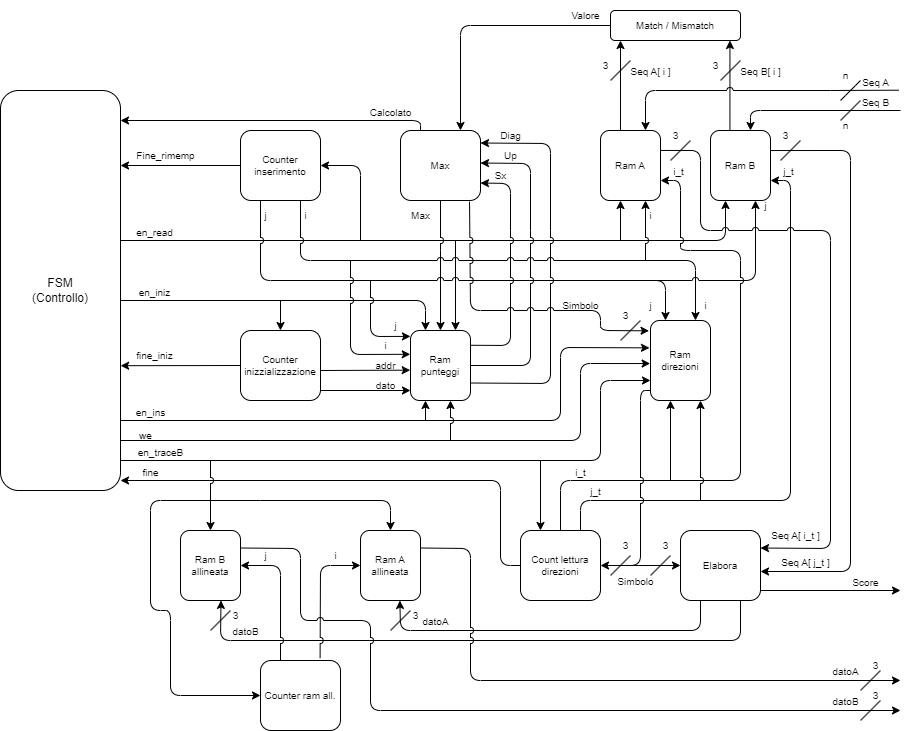
Before: DatapathSchematic.drawio.png, a diagram exported from draw.io (Dani-Picciau/NW_algorithm). Source tidied: cells renumbered, new cells last; positions are measured from the earlier drawing's top-left corner, leaving out a move shared by most shapes.
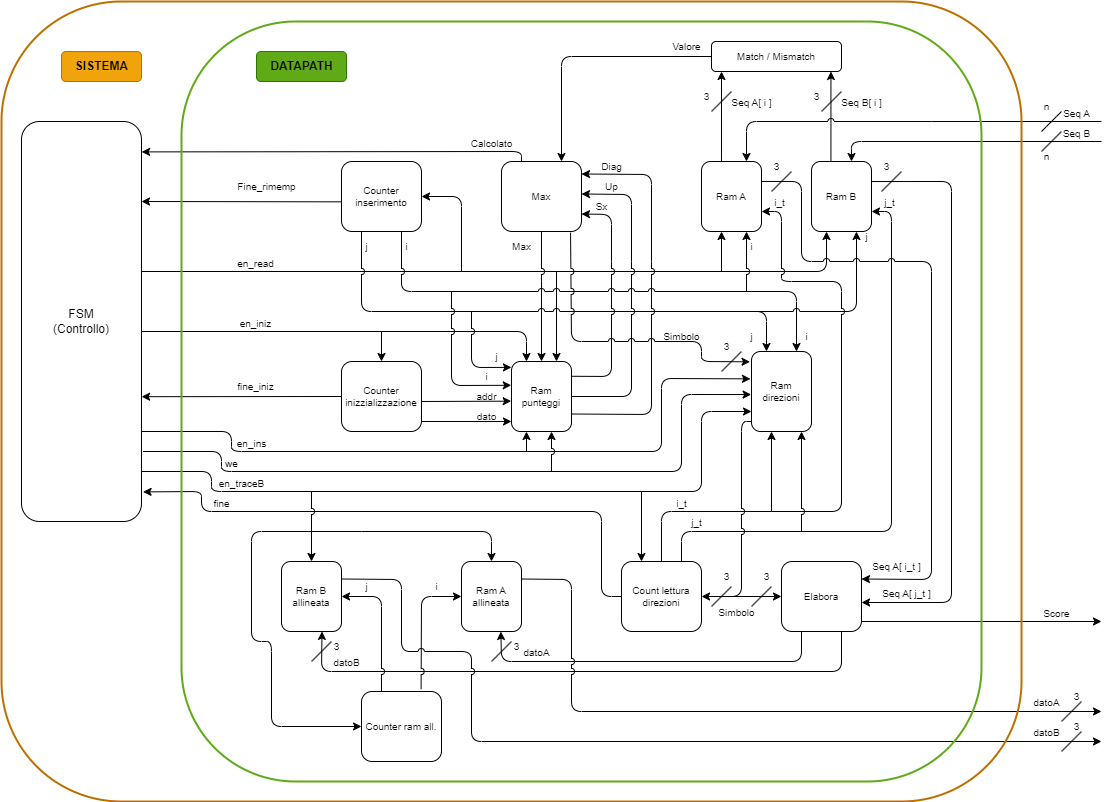
Later version of the same file.

Commit message:
Aggiornamento disegno datapath + Scrittura della fsm

Change to the diagram source:
```diff
@@ -2,11 +2,6 @@
   <root>
     <mxCell id="0" />
     <mxCell id="1" parent="0" />
-    <mxCell id="2" style="edgeStyle=none;html=1;fontSize=10;strokeWidth=1;" parent="1" edge="1" source="3">
-      <mxGeometry relative="1" as="geometry">
-        <mxPoint x="120" y="165" as="targetPoint" />
-      </mxGeometry>
-    </mxCell>
     <mxCell id="3" value="&lt;font style=&quot;font-size: 10px;&quot;&gt;Counter inserimento&lt;/font&gt;" style="rounded=1;whiteSpace=wrap;html=1;strokeWidth=1;fontSize=10;" parent="1" vertex="1">
       <mxGeometry x="240" y="130" width="80" height="70" as="geometry" />
     </mxCell>
@@ -29,14 +24,14 @@
       <mxGeometry x="560" width="50" height="30" as="geometry" />
     </mxCell>
     <mxCell id="10" value="Seq A" style="text;html=1;align=center;verticalAlign=top;strokeColor=none;fillColor=none;fontSize=10;rounded=1;" parent="1" vertex="1">
-      <mxGeometry x="850" y="70" width="50" height="30" as="geometry" />
+      <mxGeometry x="950" y="70" width="50" height="30" as="geometry" />
     </mxCell>
     <mxCell id="11" value="Seq B" style="text;html=1;align=center;verticalAlign=top;points=[];strokeColor=none;fillColor=none;fontSize=10;rounded=1;" parent="1" vertex="1">
-      <mxGeometry x="850" y="90" width="50" height="30" as="geometry" />
+      <mxGeometry x="950" y="90" width="50" height="30" as="geometry" />
     </mxCell>
     <mxCell id="12" style="endArrow=classic;html=1;strokeWidth=1;fontSize=10;entryX=0.667;entryY=0;entryDx=0;entryDy=0;entryPerimeter=0;" parent="1" edge="1" target="7">
       <mxGeometry relative="1" as="geometry">
-        <mxPoint x="900" y="110" as="sourcePoint" />
+        <mxPoint x="1000" y="110" as="sourcePoint" />
         <Array as="points">
           <mxPoint x="750" y="110" />
         </Array>
@@ -60,10 +55,10 @@
       <mxGeometry x="700" y="50" width="30" height="30" as="geometry" />
     </mxCell>
     <mxCell id="18" value="n" style="text;html=1;align=center;verticalAlign=middle;strokeColor=none;fillColor=none;fontSize=10;rounded=1;" parent="1" vertex="1">
-      <mxGeometry x="830" y="60" width="30" height="30" as="geometry" />
+      <mxGeometry x="930" y="60" width="30" height="30" as="geometry" />
     </mxCell>
     <mxCell id="19" value="n" style="text;html=1;align=center;verticalAlign=middle;strokeColor=none;fillColor=none;fontSize=10;rounded=1;" parent="1" vertex="1">
-      <mxGeometry x="830" y="110" width="30" height="30" as="geometry" />
+      <mxGeometry x="930" y="110" width="30" height="30" as="geometry" />
     </mxCell>
     <mxCell id="20" style="endArrow=classic;html=1;strokeWidth=1;fontSize=10;entryX=0.75;entryY=0;entryDx=0;entryDy=0;exitX=0;exitY=0.5;exitDx=0;exitDy=0;" parent="1" edge="1" source="8" target="5">
       <mxGeometry relative="1" as="geometry">
@@ -74,7 +69,7 @@
     </mxCell>
     <mxCell id="21" style="endArrow=classic;html=1;strokeWidth=1;fontSize=10;entryX=0.25;entryY=1;entryDx=0;entryDy=0;jumpStyle=arc;" parent="1" edge="1" target="7">
       <mxGeometry relative="1" as="geometry">
-        <mxPoint x="120" y="240" as="sourcePoint" />
+        <mxPoint x="40" y="240" as="sourcePoint" />
         <Array as="points">
           <mxPoint x="725" y="240" />
         </Array>
@@ -149,7 +144,7 @@
     </mxCell>
     <mxCell id="33" style="endArrow=classic;html=1;strokeWidth=1;fontSize=10;fillColor=none;entryX=0.25;entryY=0;entryDx=0;entryDy=0;" parent="1" edge="1" target="29">
       <mxGeometry relative="1" as="geometry">
-        <mxPoint x="120" y="300" as="sourcePoint" />
+        <mxPoint x="40" y="300" as="sourcePoint" />
         <Array as="points">
           <mxPoint x="425" y="300" />
         </Array>
@@ -220,9 +215,10 @@
         </Array>
       </mxGeometry>
     </mxCell>
-    <mxCell id="45" style="endArrow=none;html=1;rounded=1;strokeWidth=1;fontSize=10;fillColor=none;jumpStyle=none;entryX=0.963;entryY=-0.01;entryDx=0;entryDy=0;entryPerimeter=0;" parent="1" edge="1" target="11">
+    <mxCell id="45" style="endArrow=none;html=1;rounded=1;strokeWidth=1;fontSize=10;fillColor=none;jumpStyle=none;" parent="1" edge="1">
       <mxGeometry relative="1" as="geometry">
         <mxPoint x="830" y="90" as="sourcePoint" />
+        <mxPoint x="1000" y="90" as="targetPoint" />
       </mxGeometry>
     </mxCell>
     <mxCell id="46" value="i" style="text;html=1;align=center;verticalAlign=middle;strokeColor=none;fillColor=none;fontSize=10;rounded=1;" parent="1" vertex="1">
@@ -302,17 +298,17 @@
     </mxCell>
     <mxCell id="61" style="endArrow=none;html=1;strokeWidth=1;fontSize=10;" parent="1" edge="1">
       <mxGeometry relative="1" as="geometry">
-        <mxPoint x="840" y="100" as="sourcePoint" />
-        <mxPoint x="860" y="80" as="targetPoint" />
+        <mxPoint x="940" y="100" as="sourcePoint" />
+        <mxPoint x="960" y="80" as="targetPoint" />
         <Array as="points">
-          <mxPoint x="850" y="90" />
+          <mxPoint x="950" y="90" />
         </Array>
       </mxGeometry>
     </mxCell>
     <mxCell id="62" style="endArrow=none;html=1;strokeWidth=1;fontSize=10;" parent="1" edge="1">
       <mxGeometry relative="1" as="geometry">
-        <mxPoint x="840" y="120" as="sourcePoint" />
-        <mxPoint x="860" y="100" as="targetPoint" />
+        <mxPoint x="940" y="120" as="sourcePoint" />
+        <mxPoint x="960" y="100" as="targetPoint" />
       </mxGeometry>
     </mxCell>
     <mxCell id="63" value="j" style="text;html=1;align=center;verticalAlign=middle;points=[];strokeColor=none;fillColor=none;fontSize=10;rounded=1;" parent="1" vertex="1">
@@ -345,27 +341,33 @@
       </mxGeometry>
     </mxCell>
     <mxCell id="70" value="FSM&lt;br&gt;(Controllo)" style="rounded=1;whiteSpace=wrap;html=1;" parent="1" vertex="1">
-      <mxGeometry y="90" width="120" height="400" as="geometry" />
+      <mxGeometry x="-80" y="90" width="120" height="400" as="geometry" />
     </mxCell>
-    <mxCell id="71" style="endArrow=classic;html=1;entryX=-0.017;entryY=0.342;entryDx=0;entryDy=0;exitX=0.996;exitY=0.825;exitDx=0;exitDy=0;exitPerimeter=0;entryPerimeter=0;" parent="1" edge="1" source="70" target="37">
+    <mxCell id="71" style="endArrow=classic;html=1;entryX=-0.017;entryY=0.342;entryDx=0;entryDy=0;entryPerimeter=0;exitX=1;exitY=0.775;exitDx=0;exitDy=0;exitPerimeter=0;" parent="1" edge="1" source="70" target="37">
       <mxGeometry relative="1" as="geometry">
         <Array as="points">
+          <mxPoint x="130" y="400" />
+          <mxPoint x="130" y="420" />
           <mxPoint x="560" y="420" />
           <mxPoint x="560" y="347" />
         </Array>
       </mxGeometry>
     </mxCell>
-    <mxCell id="72" style="endArrow=classic;html=1;entryX=-0.006;entryY=0.538;entryDx=0;entryDy=0;exitX=1;exitY=0.875;exitDx=0;exitDy=0;exitPerimeter=0;entryPerimeter=0;" parent="1" edge="1" source="70" target="37">
+    <mxCell id="72" style="endArrow=classic;html=1;entryX=-0.006;entryY=0.538;entryDx=0;entryDy=0;entryPerimeter=0;exitX=1.013;exitY=0.825;exitDx=0;exitDy=0;exitPerimeter=0;" parent="1" edge="1" source="70" target="37">
       <mxGeometry relative="1" as="geometry">
         <Array as="points">
+          <mxPoint x="120" y="420" />
+          <mxPoint x="120" y="440" />
           <mxPoint x="580" y="440" />
           <mxPoint x="580" y="363" />
         </Array>
       </mxGeometry>
     </mxCell>
-    <mxCell id="73" style="endArrow=classic;html=1;entryX=0;entryY=0.75;entryDx=0;entryDy=0;exitX=0.999;exitY=0.925;exitDx=0;exitDy=0;exitPerimeter=0;" parent="1" edge="1" source="70" target="37">
+    <mxCell id="73" style="endArrow=classic;html=1;entryX=0;entryY=0.75;entryDx=0;entryDy=0;exitX=1;exitY=0.875;exitDx=0;exitDy=0;exitPerimeter=0;" parent="1" edge="1" source="70" target="37">
       <mxGeometry relative="1" as="geometry">
         <Array as="points">
+          <mxPoint x="110" y="440" />
+          <mxPoint x="110" y="460" />
           <mxPoint x="600" y="460" />
           <mxPoint x="600" y="380" />
         </Array>
@@ -470,11 +472,11 @@
     <mxCell id="92" value="en_ins" style="text;html=1;align=center;verticalAlign=top;strokeColor=none;fillColor=none;fontSize=10;" parent="1" vertex="1">
       <mxGeometry x="125" y="400" width="50" height="30" as="geometry" />
     </mxCell>
-    <mxCell id="93" value="we" style="text;html=1;align=center;verticalAlign=middle;strokeColor=none;fillColor=none;fontSize=10;" parent="1" vertex="1">
-      <mxGeometry x="125" y="420" width="40" height="30" as="geometry" />
+    <mxCell id="93" value="we" style="text;html=1;align=center;verticalAlign=top;strokeColor=none;fillColor=none;fontSize=10;" parent="1" vertex="1">
+      <mxGeometry x="110" y="420" width="40" height="30" as="geometry" />
     </mxCell>
     <mxCell id="94" value="en_traceB" style="text;align=center;verticalAlign=top;strokeColor=none;fillColor=none;fontSize=10;html=1;" parent="1" vertex="1">
-      <mxGeometry x="125" y="440" width="70" height="30" as="geometry" />
+      <mxGeometry x="105" y="440" width="70" height="30" as="geometry" />
     </mxCell>
     <mxCell id="95" style="endArrow=classic;html=1;fontSize=10;jumpStyle=arc;entryX=1;entryY=0.25;entryDx=0;entryDy=0;exitX=1.003;exitY=0.285;exitDx=0;exitDy=0;exitPerimeter=0;" parent="1" edge="1" source="6" target="80">
       <mxGeometry relative="1" as="geometry">
@@ -503,9 +505,8 @@
     <mxCell id="98" value="Seq A[ j_t ]" style="text;html=1;align=center;verticalAlign=top;strokeColor=none;fillColor=none;fontSize=10;rounded=1;" parent="1" vertex="1">
       <mxGeometry x="770" y="550" width="70" height="30" as="geometry" />
     </mxCell>
-    <mxCell id="99" style="endArrow=classic;html=1;fontSize=10;jumpStyle=arc;exitX=0.25;exitY=0;exitDx=0;exitDy=0;" parent="1" edge="1" source="5">
+    <mxCell id="99" style="endArrow=classic;html=1;fontSize=10;jumpStyle=arc;exitX=0.25;exitY=0;exitDx=0;exitDy=0;entryX=1.001;entryY=0.076;entryDx=0;entryDy=0;entryPerimeter=0;" parent="1" edge="1" source="5" target="70">
       <mxGeometry relative="1" as="geometry">
-        <mxPoint x="120" y="120" as="targetPoint" />
         <Array as="points">
           <mxPoint x="420" y="120" />
         </Array>
@@ -514,17 +515,18 @@
     <mxCell id="100" value="Calcolato" style="text;html=1;align=center;verticalAlign=top;strokeColor=none;fillColor=none;fontSize=10;strokeWidth=1;rounded=1;" parent="1" vertex="1">
       <mxGeometry x="355" y="100" width="70" height="30" as="geometry" />
     </mxCell>
-    <mxCell id="101" style="endArrow=classic;html=1;fontSize=10;jumpStyle=arc;exitX=0;exitY=0.5;exitDx=0;exitDy=0;" parent="1" edge="1" source="76">
+    <mxCell id="101" style="endArrow=classic;html=1;fontSize=10;jumpStyle=arc;exitX=0;exitY=0.5;exitDx=0;exitDy=0;entryX=1.013;entryY=0.926;entryDx=0;entryDy=0;entryPerimeter=0;" parent="1" edge="1" source="76" target="70">
       <mxGeometry relative="1" as="geometry">
-        <mxPoint x="120" y="480" as="targetPoint" />
         <Array as="points">
           <mxPoint x="500" y="565" />
           <mxPoint x="500" y="480" />
+          <mxPoint x="100" y="480" />
+          <mxPoint x="100" y="460" />
         </Array>
       </mxGeometry>
     </mxCell>
     <mxCell id="102" value="fine" style="text;align=center;verticalAlign=top;strokeColor=none;fillColor=none;fontSize=10;html=1;" parent="1" vertex="1">
-      <mxGeometry x="130" y="460" width="40" height="30" as="geometry" />
+      <mxGeometry x="100" y="460" width="40" height="30" as="geometry" />
     </mxCell>
     <mxCell id="103" style="endArrow=none;html=1;strokeWidth=1;fontSize=10;" parent="1" edge="1">
       <mxGeometry relative="1" as="geometry">
@@ -547,11 +549,11 @@
     <mxCell id="107" style="endArrow=classic;html=1;" parent="1" edge="1">
       <mxGeometry relative="1" as="geometry">
         <mxPoint x="760" y="590" as="sourcePoint" />
-        <mxPoint x="900" y="590" as="targetPoint" />
+        <mxPoint x="1000" y="590" as="targetPoint" />
       </mxGeometry>
     </mxCell>
     <mxCell id="108" value="Score" style="text;html=1;align=center;verticalAlign=top;strokeColor=none;fillColor=none;fontSize=10;rounded=1;" parent="1" vertex="1">
-      <mxGeometry x="840" y="570" width="50" height="30" as="geometry" />
+      <mxGeometry x="930" y="570" width="50" height="30" as="geometry" />
     </mxCell>
     <mxCell id="109" value="Ram B allineata" style="rounded=1;whiteSpace=wrap;html=1;fontSize=10;strokeWidth=1;" parent="1" vertex="1">
       <mxGeometry x="180" y="530" width="60" height="70" as="geometry" />
@@ -648,7 +650,7 @@
     </mxCell>
     <mxCell id="127" style="endArrow=classic;html=1;jumpStyle=arc;exitX=1;exitY=0.25;exitDx=0;exitDy=0;" parent="1" edge="1" source="110">
       <mxGeometry relative="1" as="geometry">
-        <mxPoint x="900" y="680" as="targetPoint" />
+        <mxPoint x="1000" y="680" as="targetPoint" />
         <Array as="points">
           <mxPoint x="470" y="548" />
           <mxPoint x="470" y="570" />
@@ -660,7 +662,7 @@
     </mxCell>
     <mxCell id="128" style="endArrow=classic;html=1;jumpStyle=arc;exitX=1;exitY=0.25;exitDx=0;exitDy=0;" parent="1" edge="1" source="109">
       <mxGeometry relative="1" as="geometry">
-        <mxPoint x="900" y="710" as="targetPoint" />
+        <mxPoint x="1000" y="710" as="targetPoint" />
         <Array as="points">
           <mxPoint x="300" y="548" />
           <mxPoint x="300" y="620" />
@@ -671,27 +673,27 @@
     </mxCell>
     <mxCell id="129" style="endArrow=none;html=1;strokeWidth=1;fontSize=10;" parent="1" edge="1">
       <mxGeometry relative="1" as="geometry">
-        <mxPoint x="860" y="690" as="sourcePoint" />
-        <mxPoint x="880" y="670" as="targetPoint" />
+        <mxPoint x="960" y="690" as="sourcePoint" />
+        <mxPoint x="980" y="670" as="targetPoint" />
       </mxGeometry>
     </mxCell>
     <mxCell id="130" style="endArrow=none;html=1;strokeWidth=1;fontSize=10;" parent="1" edge="1">
       <mxGeometry relative="1" as="geometry">
-        <mxPoint x="860" y="720" as="sourcePoint" />
-        <mxPoint x="880" y="700" as="targetPoint" />
+        <mxPoint x="960" y="720" as="sourcePoint" />
+        <mxPoint x="980" y="700" as="targetPoint" />
       </mxGeometry>
     </mxCell>
     <mxCell id="131" value="3" style="text;html=1;align=center;verticalAlign=middle;strokeColor=none;fillColor=none;fontSize=10;rounded=1;" parent="1" vertex="1">
-      <mxGeometry x="860" y="650" width="30" height="30" as="geometry" />
+      <mxGeometry x="960" y="650" width="30" height="30" as="geometry" />
     </mxCell>
     <mxCell id="132" value="3" style="text;html=1;align=center;verticalAlign=middle;strokeColor=none;fillColor=none;fontSize=10;rounded=1;" parent="1" vertex="1">
-      <mxGeometry x="860" y="680" width="30" height="30" as="geometry" />
+      <mxGeometry x="960" y="680" width="30" height="30" as="geometry" />
     </mxCell>
     <mxCell id="133" value="datoA" style="text;html=1;align=center;verticalAlign=bottom;strokeColor=none;fillColor=none;fontSize=10;rounded=1;fontColor=default;" parent="1" vertex="1">
-      <mxGeometry x="820" y="650" width="50" height="30" as="geometry" />
+      <mxGeometry x="920" y="650" width="50" height="30" as="geometry" />
     </mxCell>
     <mxCell id="134" value="datoB" style="text;html=1;align=center;verticalAlign=bottom;strokeColor=none;fillColor=none;fontSize=10;rounded=1;fontColor=default;" parent="1" vertex="1">
-      <mxGeometry x="820" y="680" width="50" height="30" as="geometry" />
+      <mxGeometry x="920" y="680" width="50" height="30" as="geometry" />
     </mxCell>
     <mxCell id="135" value="Max" style="text;html=1;align=center;verticalAlign=middle;strokeColor=none;fillColor=none;fontSize=10;rounded=1;" parent="1" vertex="1">
       <mxGeometry x="400" y="200" width="40" height="30" as="geometry" />
@@ -720,5 +722,23 @@
     <mxCell id="142" value="dato" style="text;html=1;align=center;verticalAlign=middle;strokeColor=none;fillColor=none;fontSize=10;rounded=1;fontColor=default;" parent="1" vertex="1">
       <mxGeometry x="365" y="370" width="40" height="30" as="geometry" />
     </mxCell>
+    <mxCell id="143" style="endArrow=classic;html=1;" parent="1" edge="1">
+      <mxGeometry relative="1" as="geometry">
+        <mxPoint x="240" y="170.3" as="sourcePoint" />
+        <mxPoint x="40" y="170" as="targetPoint" />
+      </mxGeometry>
+    </mxCell>
+    <mxCell id="144" style="rounded=1;whiteSpace=wrap;html=1;shadow=0;strokeWidth=2;fillColor=none;strokeColor=#60a917;" parent="1" vertex="1">
+      <mxGeometry x="80" y="-10" width="800" height="760" as="geometry" />
+    </mxCell>
+    <mxCell id="145" value="DATAPATH" style="text;html=1;align=center;verticalAlign=middle;strokeColor=#2D7600;fillColor=#60a917;fontColor=#000000;rounded=1;fontStyle=1;" parent="1" vertex="1">
+      <mxGeometry x="155" y="20" width="90" height="30" as="geometry" />
+    </mxCell>
+    <mxCell id="146" style="rounded=1;whiteSpace=wrap;html=1;shadow=0;strokeColor=#BD7000;strokeWidth=2;fontColor=#000000;fillColor=none;fontFamily=Verdana;" parent="1" vertex="1">
+      <mxGeometry x="-100" y="-30" width="1020" height="800" as="geometry" />
+    </mxCell>
+    <mxCell id="147" value="SISTEMA" style="text;html=1;align=center;verticalAlign=middle;strokeColor=#BD7000;fillColor=#f0a30a;fontColor=#000000;rounded=1;fontStyle=1;fontFamily=Helvetica;" parent="1" vertex="1">
+      <mxGeometry x="-40" y="20" width="80" height="30" as="geometry" />
+    </mxCell>
   </root>
 </mxGraphModel>
```
